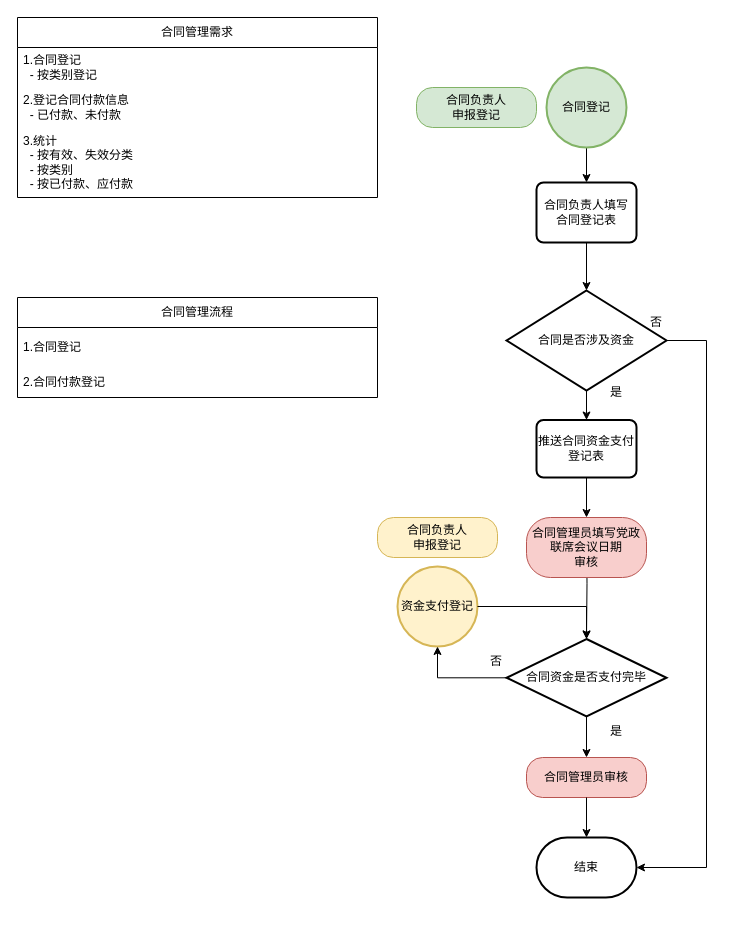
This is page "合同管理" (8 of 8) of 教学管理系统框架图.drawio from ahit976/Draw.io, a draw.io file, before an edit. Source tidied: cells renumbered, new cells numbered last; positions are measured from the earlier drawing's top-left corner, leaving out a move shared by most shapes. Both pictures are drawn from the tidied source at 100%, with x=0, y=0 at pixel (17, 17).
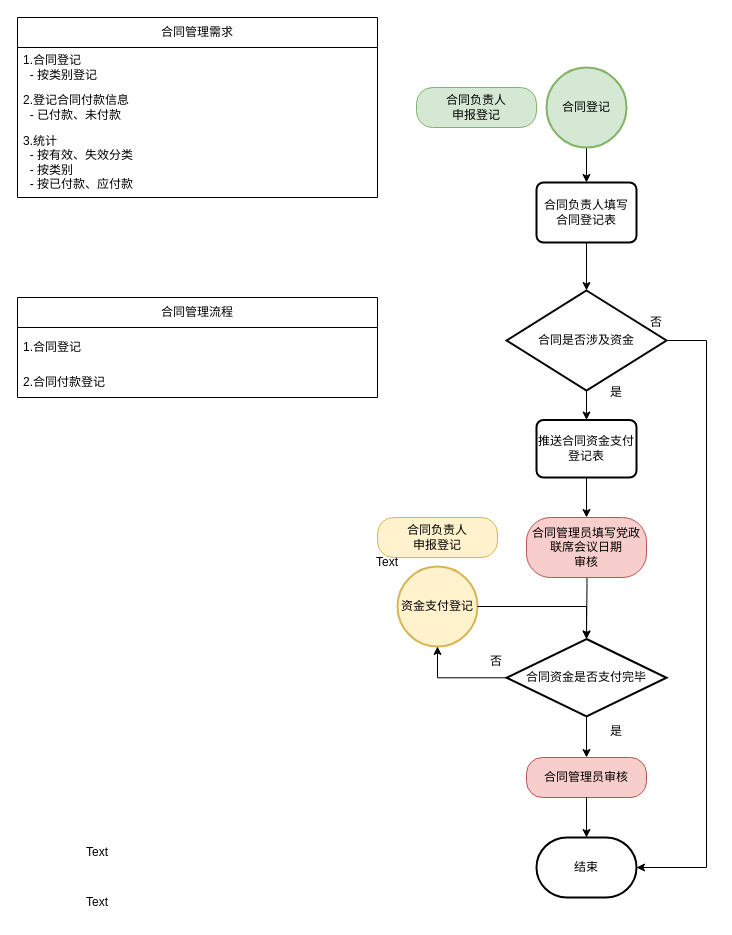
The same page after the edit.

Commit message:
更新教学管理系统框架图.drawio

What changed in the source:
```diff
@@
+    <mxCell id="34" value="Text" style="text;html=1;whiteSpace=wrap;strokeColor=none;fillColor=none;align=center;verticalAlign=middle;rounded=0;" parent="1" vertex="1">
+      <mxGeometry x="340" y="530" width="60" height="30" as="geometry" />
+    </mxCell>
+    <mxCell id="35" value="Text" style="text;html=1;whiteSpace=wrap;strokeColor=none;fillColor=none;align=center;verticalAlign=middle;rounded=0;" parent="1" vertex="1">
+      <mxGeometry x="50" y="820" width="60" height="30" as="geometry" />
+    </mxCell>
+    <mxCell id="36" value="Text" style="text;html=1;whiteSpace=wrap;strokeColor=none;fillColor=none;align=center;verticalAlign=middle;rounded=0;" parent="1" vertex="1">
+      <mxGeometry x="50" y="870" width="60" height="30" as="geometry" />
+    </mxCell>
```
